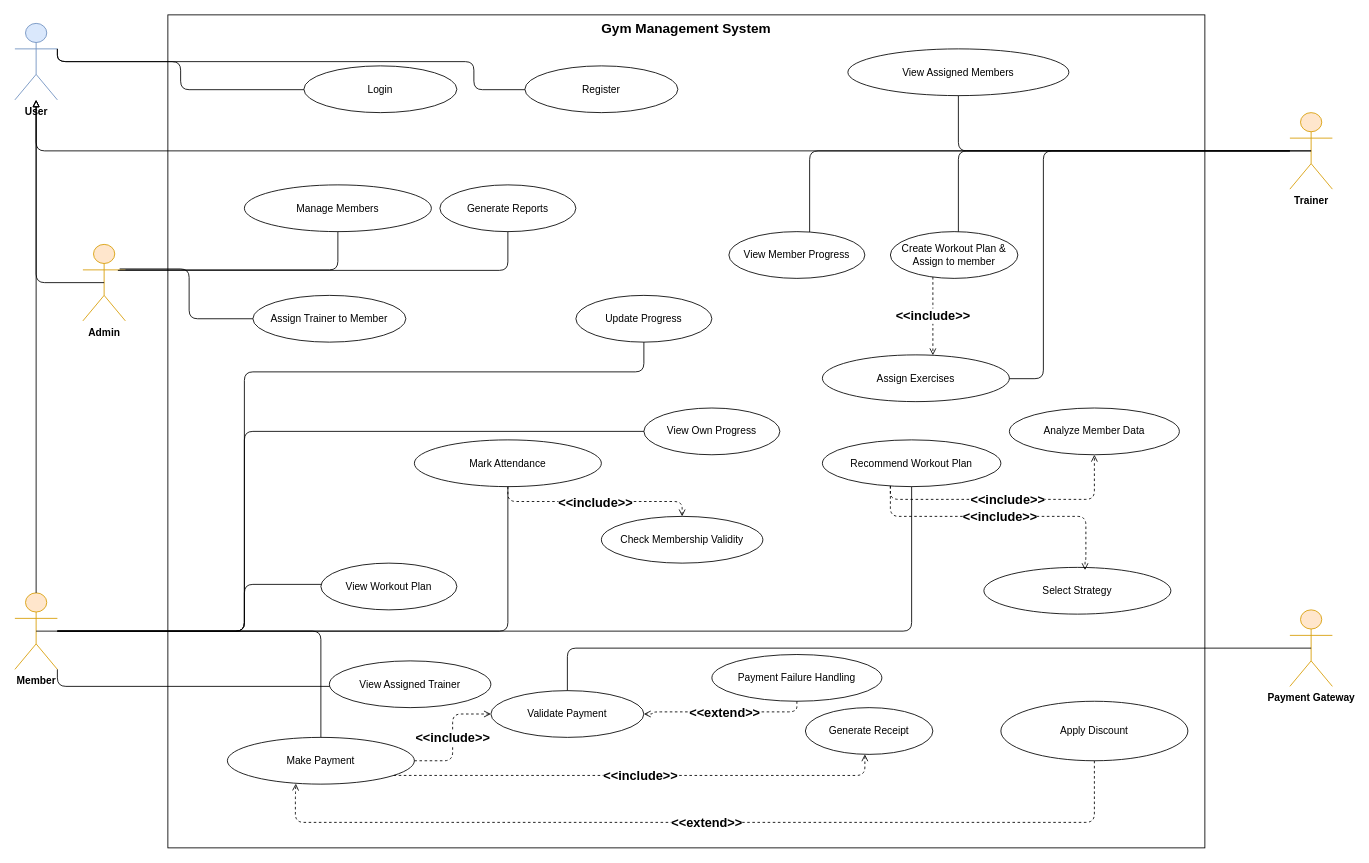
This is UML DIAGRAMS/USE CASE DIAGRAM/Gym_Management_System_Use_Case_Diagram.drawio from GUNADEEP19/GYM-MANAGEMENT-SYSTEM, a draw.io file, before an edit. Source tidied: cells renumbered, new cells numbered last; positions are measured from the earlier drawing's top-left corner, leaving out a move shared by most shapes. Both pictures are drawn from the tidied source at 85%, with x=0, y=0 at pixel (14, 14).
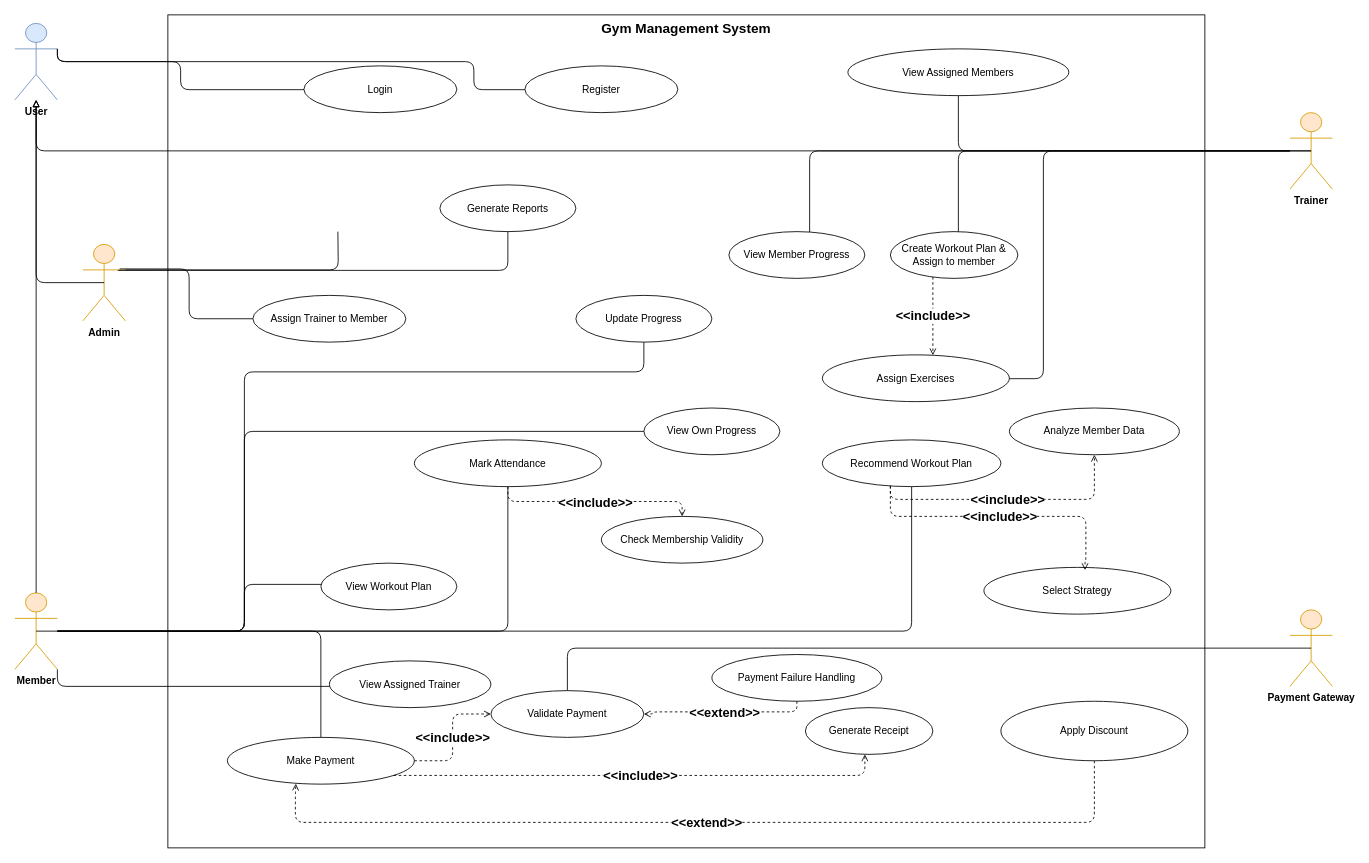
Above is the later version.

Commit message (it also covers changes not shown here):
refactor: remove Manage Members use case and update associated diagram layout

The change refers to these unchanged cells:
```xml
<mxCell id="4" value="&lt;b&gt;Admin&lt;/b&gt;" style="shape=umlActor;verticalLabelPosition=bottom;verticalAlign=top;html=1;fillColor=#ffe6cc;strokeColor=#d79b00;" parent="1" vertex="1">
  <mxGeometry x="80" y="270" width="50" height="90" as="geometry" />
</mxCell>
```

Change to the diagram source:
```diff
@@
-    <mxCell id="10" value="Manage Members" style="ellipse;whiteSpace=wrap;html=1;strokeColor=#000000;fillColor=#ffffff;" parent="1" vertex="1">
-      <mxGeometry x="270" y="200" width="220" height="55" as="geometry" />
-    </mxCell>
@@
-    <mxCell id="27" style="endArrow=none;html=1;strokeColor=#000000;edgeStyle=orthogonalEdgeStyle;exitX=1;exitY=0.3333333333333333;exitDx=0;exitDy=0;exitPerimeter=0;" parent="1" edge="1" source="4" target="10">
-      <mxGeometry relative="1" as="geometry" />
+    <mxCell id="27" style="endArrow=none;html=1;strokeColor=#000000;edgeStyle=orthogonalEdgeStyle;exitX=1;exitY=0.3333333333333333;exitDx=0;exitDy=0;exitPerimeter=0;" parent="1" edge="1" source="4">
+      <mxGeometry relative="1" as="geometry">
+        <mxPoint x="380" y="255" as="targetPoint" />
+      </mxGeometry>
     </mxCell>
```
